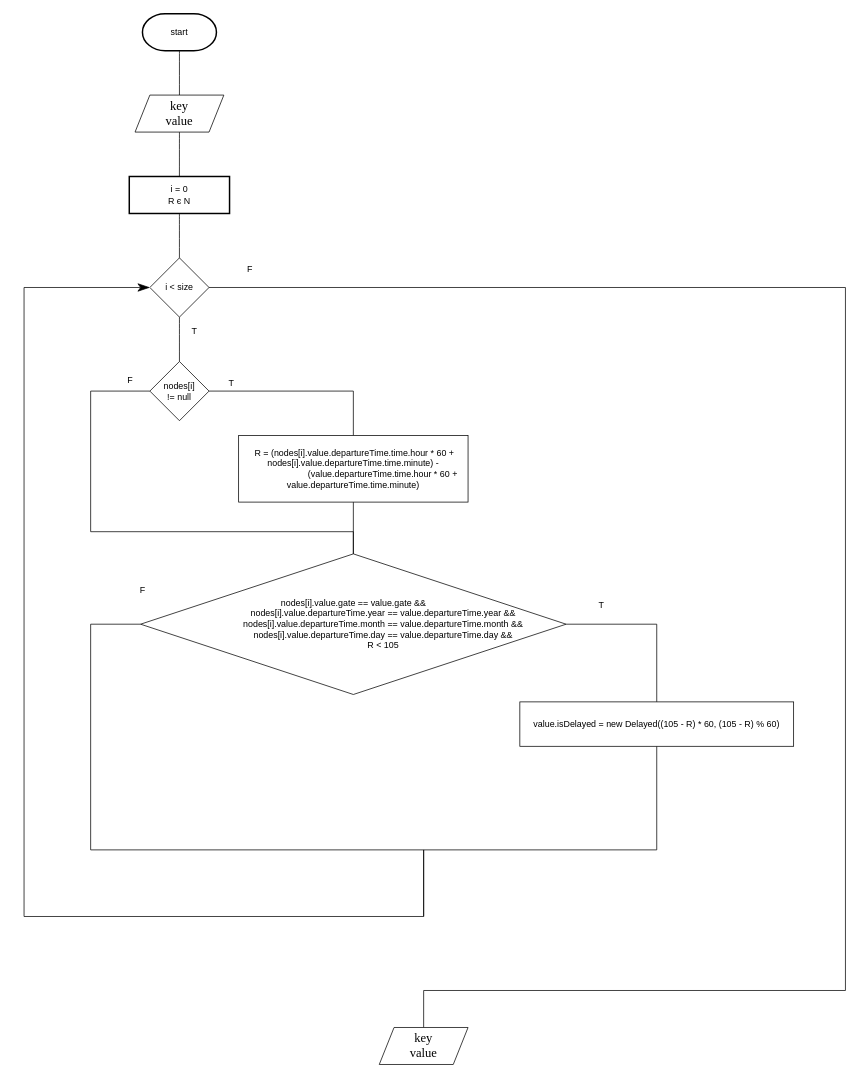
Above: page "(Key, Value) AddEntry(Key key, Value value)" (2 of 16) of lab7/Lab7.drawio in Alexandra2406/ads-kirilchuk-kp11 (draw.io), before the change. Source tidied: cells renumbered, new cells numbered last; positions are measured from the earlier drawing's top-left corner, leaving out a move shared by most shapes. Both pictures are drawn from the tidied source at 74%, with x=0, y=0 at pixel (24, 13).
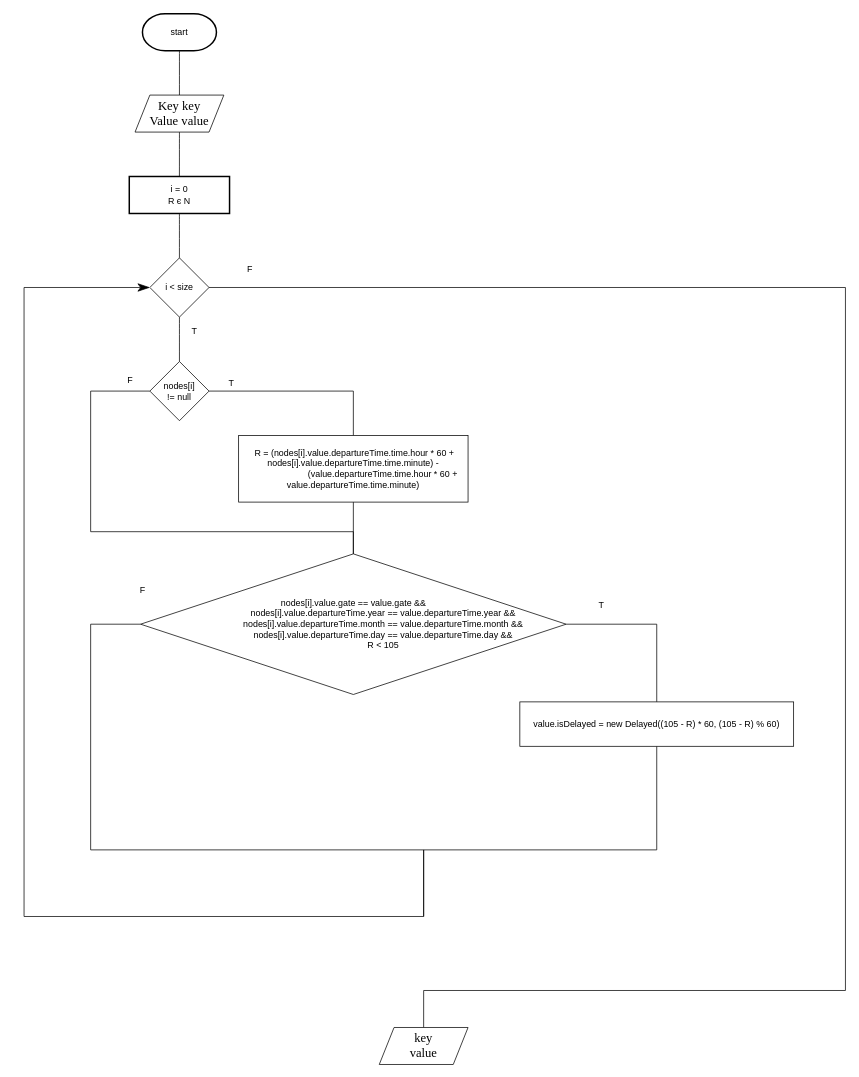
Above is the later version.

Change to the diagram source:
```diff
@@
-    <mxCell id="5" value="key&lt;br&gt;value" style="shape=parallelogram;perimeter=parallelogramPerimeter;whiteSpace=wrap;html=1;fixedSize=1;rounded=0;shadow=0;labelBackgroundColor=none;labelBorderColor=none;sketch=0;hachureGap=4;fontFamily=Times New Roman;fontSize=17;" parent="1" vertex="1">
+    <mxCell id="5" value="Key key&lt;br&gt;Value value" style="shape=parallelogram;perimeter=parallelogramPerimeter;whiteSpace=wrap;html=1;fixedSize=1;rounded=0;shadow=0;labelBackgroundColor=none;labelBorderColor=none;sketch=0;hachureGap=4;fontFamily=Times New Roman;fontSize=17;" parent="1" vertex="1">
       <mxGeometry x="150" y="110" width="120" height="50" as="geometry" />
     </mxCell>
```
